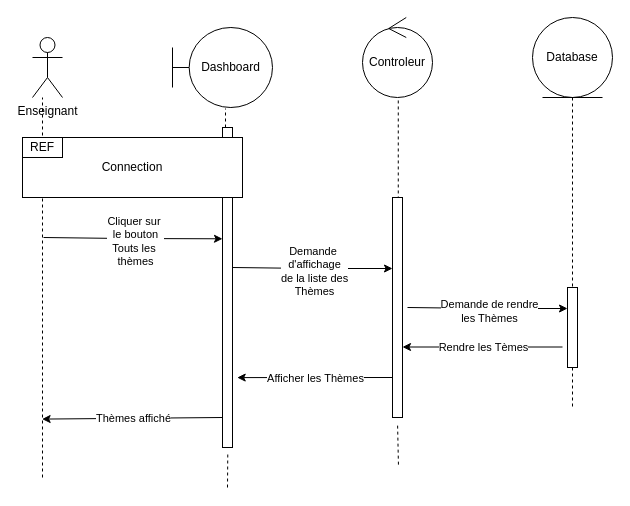
Before: diagrams/SeqDiagConsulterToutThèmes.drawio in stormsidali2001/PFE_third_year_school_project_front, a draw.io diagram. Source tidied: cells renumbered, new cells numbered last; positions are measured from the earlier drawing's top-left corner, leaving out a move shared by most shapes. Both pictures are drawn from the tidied source at 100%, with x=0, y=0 at pixel (22, 17).
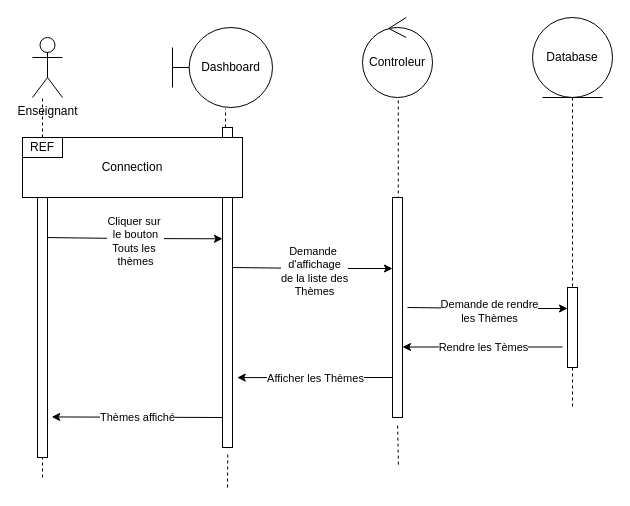
The same page after the edit.

What changed in the source:
```diff
@@
-    <mxCell id="8" style="endArrow=none;dashed=1;html=1;rounded=0;" parent="1" edge="1">
+    <mxCell id="8" style="endArrow=none;dashed=1;html=1;rounded=0;startArrow=none;" parent="1" edge="1" source="30">
       <mxGeometry relative="1" as="geometry">
-        <mxPoint x="20" y="460" as="sourcePoint" />
         <mxPoint x="20" y="80" as="targetPoint" />
       </mxGeometry>
     </mxCell>
@@
-    <mxCell id="28" style="endArrow=classic;html=1;rounded=0;exitX=0.088;exitY=0.968;exitDx=0;exitDy=0;exitPerimeter=0;entryX=1.312;entryY=0.742;entryDx=0;entryDy=0;entryPerimeter=0;" parent="1" edge="1">
+    <mxCell id="28" style="endArrow=classic;html=1;rounded=0;exitX=0.088;exitY=0.968;exitDx=0;exitDy=0;exitPerimeter=0;entryX=1.42;entryY=0.844;entryDx=0;entryDy=0;entryPerimeter=0;" parent="1" edge="1" target="30">
       <mxGeometry relative="1" as="geometry">
         <mxPoint x="200.4" y="400" as="sourcePoint" />
-        <mxPoint x="19.6" y="401.6" as="targetPoint" />
       </mxGeometry>
     </mxCell>
@@
+    <mxCell id="30" style="html=1;points=[];perimeter=orthogonalPerimeter;" parent="1" vertex="1">
+      <mxGeometry x="15" y="180" width="10" height="260" as="geometry" />
+    </mxCell>
+    <mxCell id="31" style="endArrow=none;dashed=1;html=1;rounded=0;" parent="1" edge="1" target="30">
+      <mxGeometry relative="1" as="geometry">
+        <mxPoint x="20" y="460" as="sourcePoint" />
+      </mxGeometry>
+    </mxCell>
```
